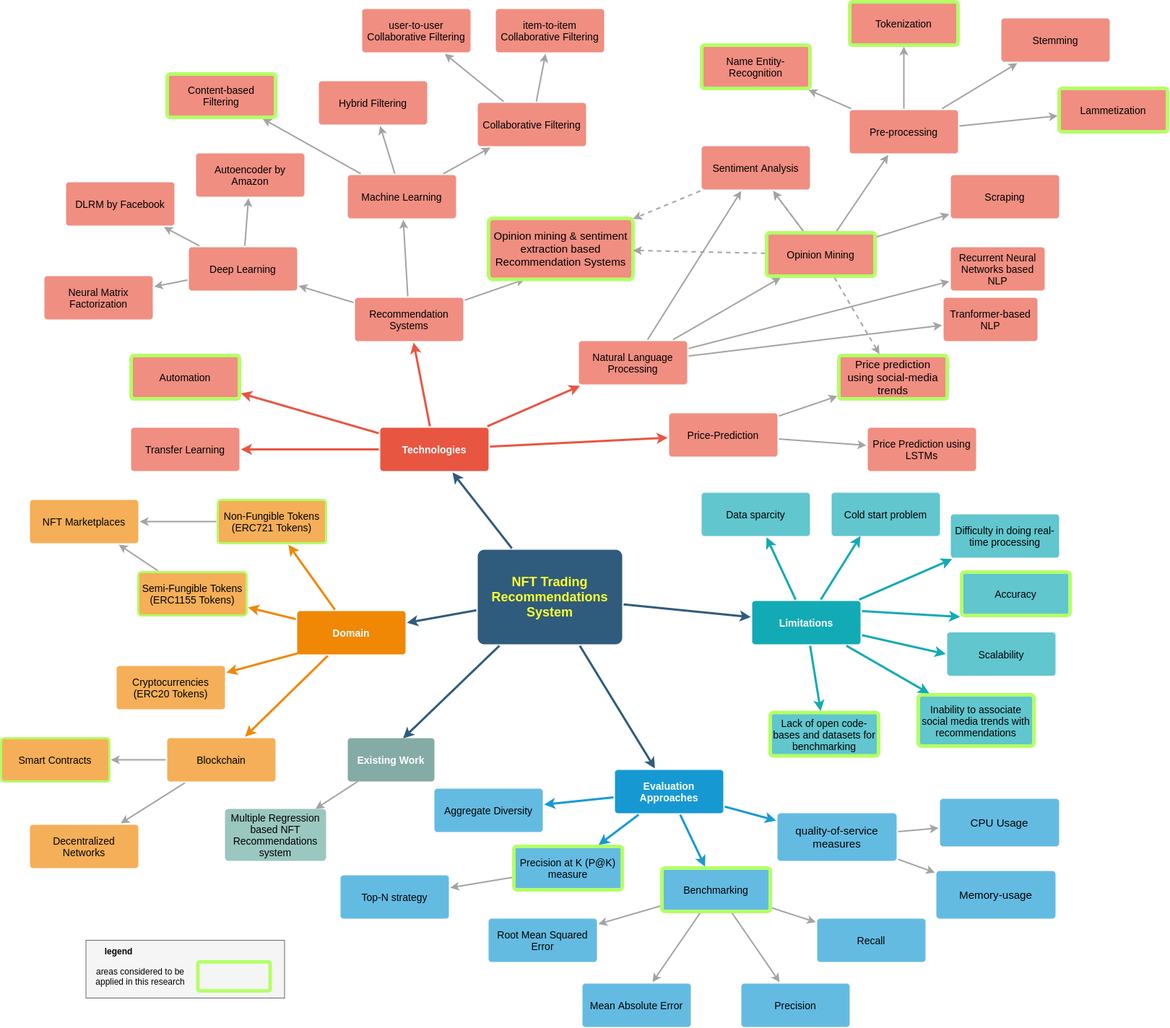
Earlier version of the draw.io export Thesis/latex/images/appendix/concept-map.png (dinuka-rp/nerdy-panda). Source tidied: cells renumbered, new cells last; positions are measured from the earlier drawing's top-left corner, leaving out a move shared by most shapes.
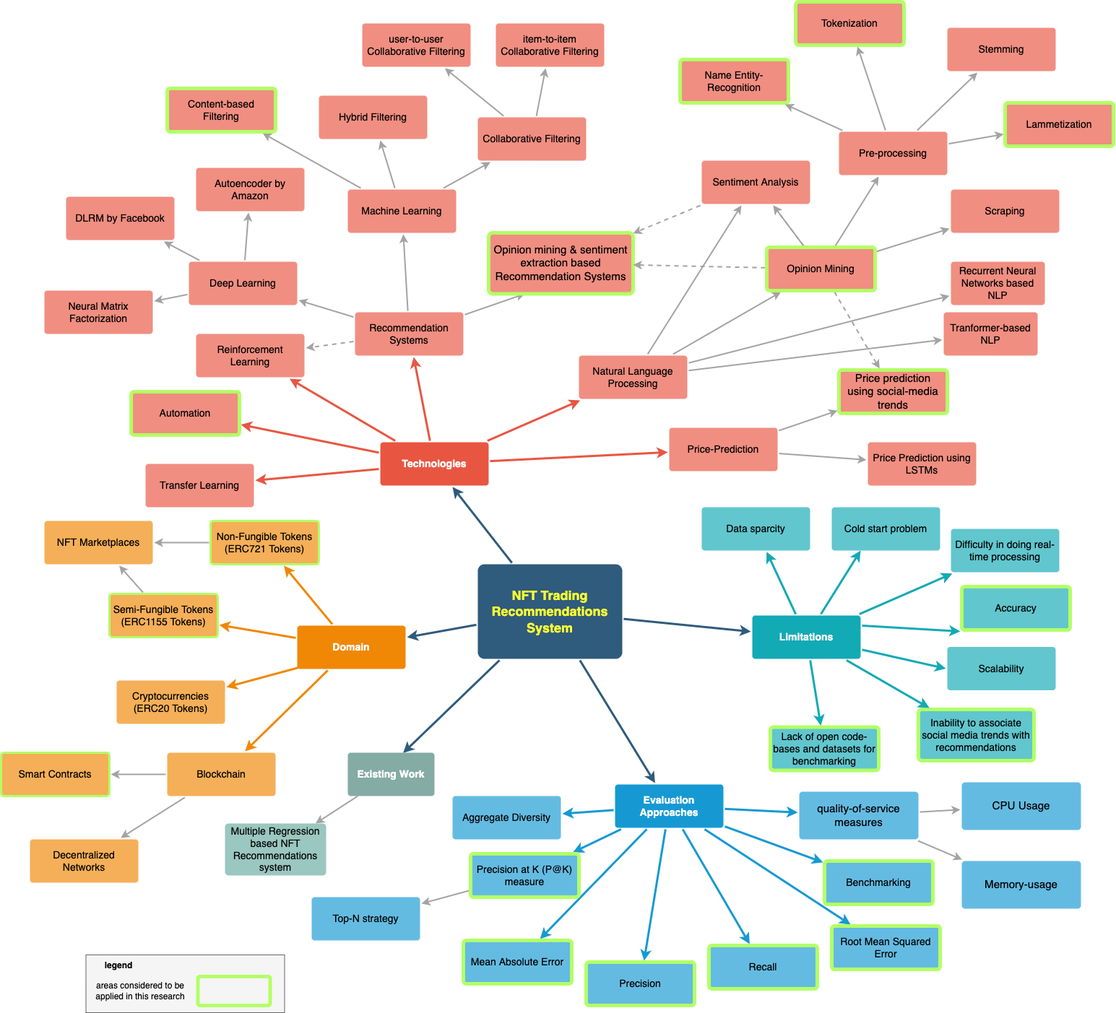
Later version of the same file.

Diff of the diagram source:
```diff
@@ -37,2 +37,5 @@
     </mxCell>
+    <mxCell id="136" style="rounded=1;jettySize=auto;html=1;shadow=0;fontSize=14;fontColor=#FFFFFF;fontStyle=1;strokeColor=#E85642;strokeWidth=3;fillColor=#b0e3e6;labelBackgroundColor=none;spacing=5;startFill=0;" parent="1" edge="1" source="13" target="138">
+      <mxGeometry relative="1" as="geometry" />
+    </mxCell>
     <mxCell id="13" value="Technologies" style="rounded=1;whiteSpace=wrap;html=1;shadow=0;labelBackgroundColor=none;strokeColor=none;strokeWidth=3;fillColor=#e85642;fontFamily=Helvetica;fontSize=14;fontColor=#FFFFFF;align=center;spacing=5;fontStyle=1;arcSize=7;perimeterSpacing=2;" parent="1" vertex="1">
@@ -73,2 +76,5 @@
     </mxCell>
+    <mxCell id="137" style="edgeStyle=none;rounded=1;jettySize=auto;html=1;dashed=1;strokeColor=#A3A3A3;strokeWidth=2;" parent="1" edge="1" source="25" target="138">
+      <mxGeometry relative="1" as="geometry" />
+    </mxCell>
     <mxCell id="25" value="Recommendation Systems" style="rounded=1;whiteSpace=wrap;html=1;shadow=0;labelBackgroundColor=none;strokeColor=none;strokeWidth=3;fillColor=#f08e81;fontFamily=Helvetica;fontSize=14;fontColor=#000000;align=center;spacing=5;fontStyle=0;arcSize=7;perimeterSpacing=2;" parent="1" vertex="1">
@@ -98,14 +104,14 @@
     <mxCell id="33" value="&lt;span style=&quot;font-family: sans-serif ; font-size: 15.1429px&quot;&gt;quality-of-service measures&lt;/span&gt;" style="rounded=1;whiteSpace=wrap;html=1;shadow=0;labelBackgroundColor=none;strokeColor=none;strokeWidth=3;fillColor=#64bbe2;fontFamily=Helvetica;fontSize=14;fontColor=#000000;align=center;spacing=5;arcSize=7;perimeterSpacing=2;" parent="1" vertex="1">
-      <mxGeometry x="1075" y="1124" width="165" height="66" as="geometry" />
+      <mxGeometry x="1105" y="1074" width="165" height="66" as="geometry" />
     </mxCell>
-    <mxCell id="34" style="edgeStyle=none;rounded=1;jettySize=auto;html=1;strokeColor=#A3A3A3;strokeWidth=2;" parent="1" edge="1" source="38" target="107">
+    <mxCell id="34" style="edgeStyle=none;rounded=0;jettySize=auto;html=1;strokeColor=#1699D3;strokeWidth=3;shadow=0;fontSize=14;fontColor=#FFFFFF;labelBackgroundColor=none;spacing=5;endFill=1;startFill=0;" parent="1" edge="1" source="30" target="107">
       <mxGeometry relative="1" as="geometry" />
     </mxCell>
-    <mxCell id="35" style="edgeStyle=none;rounded=1;jettySize=auto;html=1;strokeColor=#A3A3A3;strokeWidth=2;" parent="1" edge="1" source="38" target="110">
+    <mxCell id="35" style="edgeStyle=none;rounded=0;jettySize=auto;html=1;strokeColor=#1699D3;strokeWidth=3;shadow=0;fontSize=14;fontColor=#FFFFFF;labelBackgroundColor=none;spacing=5;endFill=1;startFill=0;" parent="1" edge="1" source="30" target="110">
       <mxGeometry relative="1" as="geometry" />
     </mxCell>
-    <mxCell id="36" style="edgeStyle=none;rounded=1;jettySize=auto;html=1;strokeColor=#A3A3A3;strokeWidth=2;" parent="1" edge="1" source="38" target="111">
+    <mxCell id="36" style="edgeStyle=none;rounded=0;jettySize=auto;html=1;strokeColor=#1699D3;strokeWidth=3;shadow=0;fontSize=14;fontColor=#FFFFFF;labelBackgroundColor=none;spacing=5;endFill=1;startFill=0;" parent="1" edge="1" source="30" target="111">
       <mxGeometry relative="1" as="geometry" />
     </mxCell>
-    <mxCell id="37" style="edgeStyle=none;rounded=1;jettySize=auto;html=1;strokeColor=#A3A3A3;strokeWidth=2;" parent="1" edge="1" source="38" target="112">
+    <mxCell id="37" style="edgeStyle=none;rounded=0;jettySize=auto;html=1;strokeColor=#1699D3;strokeWidth=3;shadow=0;fontSize=14;fontColor=#FFFFFF;labelBackgroundColor=none;spacing=5;endFill=1;startFill=0;" parent="1" edge="1" source="30" target="112">
       <mxGeometry relative="1" as="geometry" />
@@ -113,3 +119,3 @@
     <mxCell id="38" value="Benchmarking" style="rounded=1;whiteSpace=wrap;html=1;shadow=0;labelBackgroundColor=none;strokeWidth=5;fillColor=#64bbe2;fontFamily=Helvetica;fontSize=14;fontColor=#000000;align=center;spacing=5;arcSize=7;perimeterSpacing=2;strokeColor=#B3FF66;" parent="1" vertex="1">
-      <mxGeometry x="915" y="1200" width="150" height="60" as="geometry" />
+      <mxGeometry x="1140" y="1170" width="150" height="60" as="geometry" />
     </mxCell>
@@ -119,3 +125,3 @@
     <mxCell id="40" value="Precision at K (P@K) measure" style="rounded=1;whiteSpace=wrap;html=1;shadow=0;labelBackgroundColor=none;strokeWidth=5;fillColor=#64bbe2;fontFamily=Helvetica;fontSize=14;fontColor=#000000;align=center;spacing=5;arcSize=7;perimeterSpacing=2;strokeColor=#B3FF66;" parent="1" vertex="1">
-      <mxGeometry x="710" y="1170" width="150" height="60" as="geometry" />
+      <mxGeometry x="650" y="1160" width="150" height="60" as="geometry" />
     </mxCell>
@@ -140,3 +146,3 @@
     <mxCell id="47" value="Non-Fungible Tokens&lt;br&gt;(ERC721 Tokens)" style="rounded=1;whiteSpace=wrap;html=1;shadow=0;labelBackgroundColor=none;strokeWidth=3;fillColor=#f5af58;fontFamily=Helvetica;fontSize=14;fontColor=#000000;align=center;spacing=5;arcSize=7;perimeterSpacing=2;strokeColor=#B3FF66;" parent="1" vertex="1">
-      <mxGeometry x="300" y="690" width="150" height="60" as="geometry" />
+      <mxGeometry x="290" y="699" width="150" height="60" as="geometry" />
     </mxCell>
@@ -149,3 +155,3 @@
     <mxCell id="50" value="Semi-Fungible Tokens&lt;br&gt;(ERC1155 Tokens)" style="rounded=1;whiteSpace=wrap;html=1;shadow=0;labelBackgroundColor=none;strokeColor=#B3FF66;strokeWidth=3;fillColor=#f5af58;fontFamily=Helvetica;fontSize=14;fontColor=#000000;align=center;spacing=5;arcSize=7;perimeterSpacing=2;" parent="1" vertex="1">
-      <mxGeometry x="190" y="790" width="150" height="60" as="geometry" />
+      <mxGeometry x="150" y="800" width="150" height="60" as="geometry" />
     </mxCell>
@@ -199,3 +205,3 @@
     <mxCell id="66" value="Transfer Learning" style="rounded=1;whiteSpace=wrap;html=1;shadow=0;labelBackgroundColor=none;strokeColor=none;strokeWidth=3;fillColor=#f08e81;fontFamily=Helvetica;fontSize=14;fontColor=#000000;align=center;spacing=5;fontStyle=0;arcSize=7;perimeterSpacing=2;" parent="1" vertex="1">
-      <mxGeometry x="180" y="590" width="150" height="60" as="geometry" />
+      <mxGeometry x="200" y="620" width="150" height="60" as="geometry" />
     </mxCell>
@@ -292,3 +298,3 @@
     <mxCell id="97" value="Top-N strategy" style="rounded=1;whiteSpace=wrap;html=1;shadow=0;labelBackgroundColor=none;strokeColor=none;strokeWidth=3;fillColor=#64bbe2;fontFamily=Helvetica;fontSize=14;fontColor=#000000;align=center;spacing=5;arcSize=7;perimeterSpacing=2;" parent="1" vertex="1">
-      <mxGeometry x="470" y="1210" width="150" height="60" as="geometry" />
+      <mxGeometry x="430" y="1220" width="150" height="60" as="geometry" />
     </mxCell>
@@ -301,3 +307,3 @@
     <mxCell id="100" value="Tokenization" style="rounded=1;whiteSpace=wrap;html=1;shadow=0;labelBackgroundColor=none;strokeColor=#B3FF66;strokeWidth=5;fontFamily=Helvetica;fontSize=14;fontColor=#000000;align=center;spacing=5;fontStyle=0;arcSize=7;perimeterSpacing=2;fillColor=#f08e81;" parent="1" vertex="1">
-      <mxGeometry x="1175" width="150" height="60" as="geometry" />
+      <mxGeometry x="1100" y="-20" width="150" height="60" as="geometry" />
     </mxCell>
@@ -313,6 +319,6 @@
     <mxCell id="104" value="&lt;span style=&quot;font-family: sans-serif ; font-size: 15.1429px&quot;&gt;CPU Usage&lt;/span&gt;" style="rounded=1;whiteSpace=wrap;html=1;shadow=0;labelBackgroundColor=none;strokeColor=none;strokeWidth=3;fillColor=#64bbe2;fontFamily=Helvetica;fontSize=14;fontColor=#000000;align=center;spacing=5;arcSize=7;perimeterSpacing=2;" parent="1" vertex="1">
-      <mxGeometry x="1300" y="1104" width="165" height="66" as="geometry" />
+      <mxGeometry x="1330" y="1061" width="165" height="66" as="geometry" />
     </mxCell>
     <mxCell id="105" value="&lt;span style=&quot;font-family: sans-serif ; font-size: 15.1429px&quot;&gt;Memory-usage&lt;/span&gt;" style="rounded=1;whiteSpace=wrap;html=1;shadow=0;labelBackgroundColor=none;strokeColor=none;strokeWidth=3;fillColor=#64bbe2;fontFamily=Helvetica;fontSize=14;fontColor=#000000;align=center;spacing=5;arcSize=7;perimeterSpacing=2;" parent="1" vertex="1">
-      <mxGeometry x="1295" y="1204" width="165" height="66" as="geometry" />
+      <mxGeometry x="1330" y="1170" width="165" height="66" as="geometry" />
     </mxCell>
@@ -321,4 +327,4 @@
     </mxCell>
-    <mxCell id="107" value="Mean Absolute Error" style="rounded=1;whiteSpace=wrap;html=1;shadow=0;labelBackgroundColor=none;strokeColor=none;strokeWidth=3;fillColor=#64bbe2;fontFamily=Helvetica;fontSize=14;fontColor=#000000;align=center;spacing=5;arcSize=7;perimeterSpacing=2;" parent="1" vertex="1">
-      <mxGeometry x="805" y="1360" width="150" height="60" as="geometry" />
+    <mxCell id="107" value="Mean Absolute Error" style="rounded=1;whiteSpace=wrap;html=1;shadow=0;labelBackgroundColor=none;strokeColor=#B3FF66;strokeWidth=5;fillColor=#64bbe2;fontFamily=Helvetica;fontSize=14;fontColor=#000000;align=center;spacing=5;arcSize=7;perimeterSpacing=2;" parent="1" vertex="1">
+      <mxGeometry x="640" y="1280" width="150" height="60" as="geometry" />
     </mxCell>
@@ -330,13 +336,13 @@
     </mxCell>
-    <mxCell id="110" value="Root Mean Squared Error" style="rounded=1;whiteSpace=wrap;html=1;shadow=0;labelBackgroundColor=none;strokeColor=none;strokeWidth=3;fillColor=#64bbe2;fontFamily=Helvetica;fontSize=14;fontColor=#000000;align=center;spacing=5;arcSize=7;perimeterSpacing=2;" parent="1" vertex="1">
-      <mxGeometry x="675" y="1270" width="150" height="60" as="geometry" />
+    <mxCell id="110" value="Root Mean Squared Error" style="rounded=1;whiteSpace=wrap;html=1;shadow=0;labelBackgroundColor=none;strokeColor=#B3FF66;strokeWidth=5;fillColor=#64bbe2;fontFamily=Helvetica;fontSize=14;fontColor=#000000;align=center;spacing=5;arcSize=7;perimeterSpacing=2;" parent="1" vertex="1">
+      <mxGeometry x="1150" y="1260" width="150" height="60" as="geometry" />
     </mxCell>
-    <mxCell id="111" value="Precision" style="rounded=1;whiteSpace=wrap;html=1;shadow=0;labelBackgroundColor=none;strokeColor=none;strokeWidth=3;fillColor=#64bbe2;fontFamily=Helvetica;fontSize=14;fontColor=#000000;align=center;spacing=5;arcSize=7;perimeterSpacing=2;" parent="1" vertex="1">
-      <mxGeometry x="1025" y="1360" width="150" height="60" as="geometry" />
+    <mxCell id="111" value="Precision" style="rounded=1;whiteSpace=wrap;html=1;shadow=0;labelBackgroundColor=none;strokeColor=#B3FF66;strokeWidth=5;fillColor=#64bbe2;fontFamily=Helvetica;fontSize=14;fontColor=#000000;align=center;spacing=5;arcSize=7;perimeterSpacing=2;" parent="1" vertex="1">
+      <mxGeometry x="810" y="1310" width="150" height="60" as="geometry" />
     </mxCell>
-    <mxCell id="112" value="Recall" style="rounded=1;whiteSpace=wrap;html=1;shadow=0;labelBackgroundColor=none;strokeColor=none;strokeWidth=3;fillColor=#64bbe2;fontFamily=Helvetica;fontSize=14;fontColor=#000000;align=center;spacing=5;arcSize=7;perimeterSpacing=2;" parent="1" vertex="1">
-      <mxGeometry x="1130" y="1270" width="150" height="60" as="geometry" />
+    <mxCell id="112" value="Recall" style="rounded=1;whiteSpace=wrap;html=1;shadow=0;labelBackgroundColor=none;strokeColor=#B3FF66;strokeWidth=5;fillColor=#64bbe2;fontFamily=Helvetica;fontSize=14;fontColor=#000000;align=center;spacing=5;arcSize=7;perimeterSpacing=2;" parent="1" vertex="1">
+      <mxGeometry x="980" y="1287" width="150" height="60" as="geometry" />
     </mxCell>
     <mxCell id="113" value="NFT Marketplaces" style="rounded=1;whiteSpace=wrap;html=1;shadow=0;labelBackgroundColor=none;strokeColor=none;strokeWidth=3;fillColor=#f5af58;fontFamily=Helvetica;fontSize=14;fontColor=#000000;align=center;spacing=5;arcSize=7;perimeterSpacing=2;" parent="1" vertex="1">
-      <mxGeometry x="40" y="690" width="150" height="60" as="geometry" />
+      <mxGeometry x="60" y="699" width="150" height="60" as="geometry" />
     </mxCell>
@@ -354,3 +360,3 @@
     <mxCell id="117" value="Automation" style="rounded=1;whiteSpace=wrap;html=1;shadow=0;labelBackgroundColor=none;strokeWidth=5;fillColor=#f08e81;fontFamily=Helvetica;fontSize=14;fontColor=#000000;align=center;spacing=5;fontStyle=0;arcSize=7;perimeterSpacing=2;strokeColor=#B3FF66;" parent="1" vertex="1">
-      <mxGeometry x="180" y="490" width="150" height="60" as="geometry" />
+      <mxGeometry x="180" y="520" width="150" height="60" as="geometry" />
     </mxCell>
@@ -366,9 +372,9 @@
     <mxCell id="121" value="Stemming" style="rounded=1;whiteSpace=wrap;html=1;shadow=0;labelBackgroundColor=none;strokeColor=none;strokeWidth=3;fontFamily=Helvetica;fontSize=14;fontColor=#000000;align=center;spacing=5;fontStyle=0;arcSize=7;perimeterSpacing=2;fillColor=#f08e81;" parent="1" vertex="1">
-      <mxGeometry x="1385" y="23" width="150" height="60" as="geometry" />
+      <mxGeometry x="1310" y="16" width="150" height="60" as="geometry" />
     </mxCell>
     <mxCell id="122" value="Lammetization" style="rounded=1;whiteSpace=wrap;html=1;shadow=0;labelBackgroundColor=none;strokeColor=#B3FF66;strokeWidth=5;fontFamily=Helvetica;fontSize=14;fontColor=#000000;align=center;spacing=5;fontStyle=0;arcSize=7;perimeterSpacing=2;fillColor=#f08e81;" parent="1" vertex="1">
-      <mxGeometry x="1465" y="120" width="150" height="60" as="geometry" />
+      <mxGeometry x="1390" y="120" width="150" height="60" as="geometry" />
     </mxCell>
     <mxCell id="123" value="Name Entity-Recognition" style="rounded=1;whiteSpace=wrap;html=1;shadow=0;labelBackgroundColor=none;strokeColor=#B3FF66;strokeWidth=5;fontFamily=Helvetica;fontSize=14;fontColor=#000000;align=center;spacing=5;fontStyle=0;arcSize=7;perimeterSpacing=2;fillColor=#f08e81;" parent="1" vertex="1">
-      <mxGeometry x="970" y="60" width="150" height="60" as="geometry" />
+      <mxGeometry x="940" y="60" width="150" height="60" as="geometry" />
     </mxCell>
@@ -387,3 +393,3 @@
     <mxCell id="128" value="Pre-processing" style="rounded=1;whiteSpace=wrap;html=1;shadow=0;labelBackgroundColor=none;strokeColor=none;strokeWidth=3;fontFamily=Helvetica;fontSize=14;fontColor=#000000;align=center;spacing=5;fontStyle=0;arcSize=7;perimeterSpacing=2;fillColor=#f08e81;" parent="1" vertex="1">
-      <mxGeometry x="1175" y="150" width="150" height="60" as="geometry" />
+      <mxGeometry x="1160" y="160" width="150" height="60" as="geometry" />
     </mxCell>
@@ -393,3 +399,3 @@
     <mxCell id="130" value="Aggregate Diversity" style="rounded=1;whiteSpace=wrap;html=1;shadow=0;labelBackgroundColor=none;strokeColor=none;strokeWidth=3;fillColor=#64bbe2;fontFamily=Helvetica;fontSize=14;fontColor=#000000;align=center;spacing=5;arcSize=7;perimeterSpacing=2;" parent="1" vertex="1">
-      <mxGeometry x="600" y="1090" width="150" height="60" as="geometry" />
+      <mxGeometry x="625" y="1080" width="150" height="60" as="geometry" />
     </mxCell>
@@ -410,2 +416,5 @@
     </mxCell>
+    <mxCell id="138" value="Reinforcement Learning" style="rounded=1;whiteSpace=wrap;html=1;shadow=0;labelBackgroundColor=none;strokeColor=none;strokeWidth=3;fillColor=#f08e81;fontFamily=Helvetica;fontSize=14;fontColor=#000000;align=center;spacing=5;fontStyle=0;arcSize=7;perimeterSpacing=2;" parent="1" vertex="1">
+      <mxGeometry x="270" y="440" width="150" height="60" as="geometry" />
+    </mxCell>
   </root>
```
